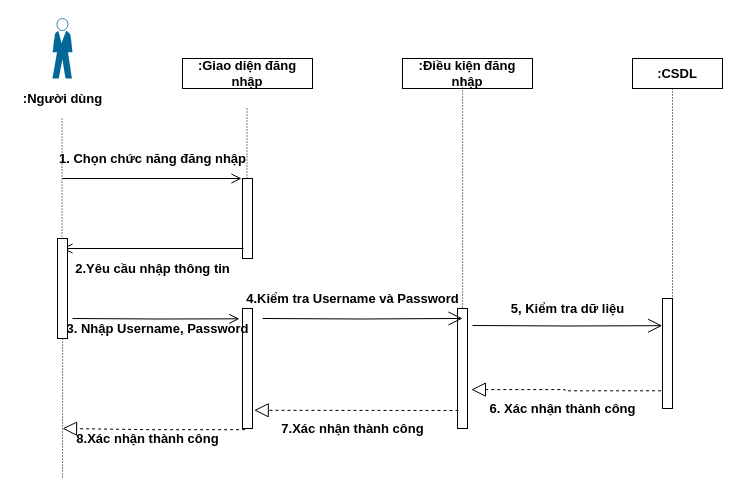
Before: page "tuần tự đăng nhập" (4 of 4) of Untitled Diagram.drawio in pophuong2610/hello, a draw.io diagram. Source tidied: cells renumbered, new cells numbered last; positions are measured from the earlier drawing's top-left corner, leaving out a move shared by most shapes. Both pictures are drawn from the tidied source at 100%, with x=0, y=0 at pixel (17, 18).
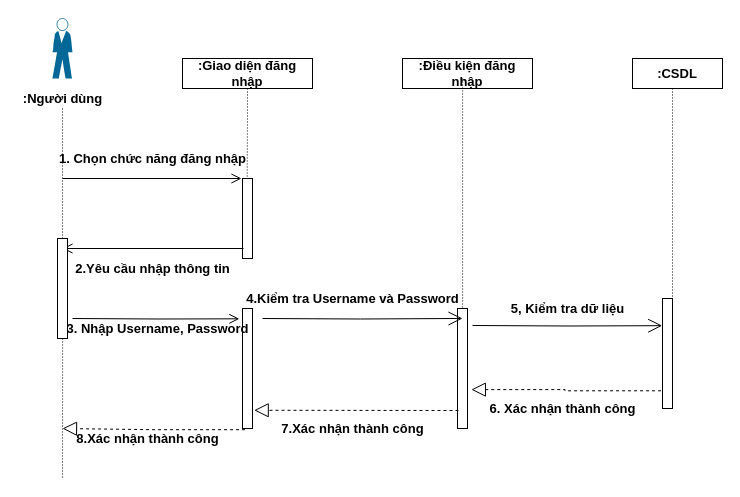
The same page after the edit.

The change refers to these unchanged cells:
```xml
<mxCell id="3" value=":Người dùng" style="text;html=1;align=center;verticalAlign=middle;points=[];strokeColor=none;fontSize=13;fontStyle=1;" parent="1" vertex="1">
  <mxGeometry y="70" width="90" height="20" as="geometry" />
</mxCell>
<mxCell id="4" value=":Giao diện đăng nhập" style="whiteSpace=wrap;html=1;fontSize=13;fontStyle=1;" parent="1" vertex="1">
  <mxGeometry x="165" y="40" width="130" height="30" as="geometry" />
</mxCell>
<mxCell id="14" style="html=1;points=[];perimeter=orthogonalPerimeter;fontSize=13;fontStyle=1;" parent="1" vertex="1">
  <mxGeometry x="40" y="220" width="10" height="100" as="geometry" />
</mxCell>
```

Diff of the diagram source:
```diff
@@
-    <mxCell id="7" style="endArrow=none;html=1;rounded=0;dashed=1;dashPattern=1 2;edgeStyle=orthogonalEdgeStyle;fontStyle=1;fontSize=13;" parent="1" edge="1" target="14">
-      <mxGeometry relative="1" as="geometry">
-        <mxPoint x="44.5" y="100" as="sourcePoint" />
-        <Array as="points">
-          <mxPoint x="44.5" y="160" />
-          <mxPoint x="44.5" y="160" />
-        </Array>
-      </mxGeometry>
+    <mxCell id="7" style="endArrow=none;html=1;rounded=0;dashed=1;dashPattern=1 2;edgeStyle=orthogonalEdgeStyle;fontStyle=1;fontSize=13;" parent="1" edge="1" source="3" target="14">
+      <mxGeometry relative="1" as="geometry" />
     </mxCell>
-    <mxCell id="8" style="endArrow=none;html=1;rounded=0;dashed=1;dashPattern=1 2;edgeStyle=orthogonalEdgeStyle;fontStyle=1;fontSize=13;" parent="1" edge="1">
+    <mxCell id="8" style="endArrow=none;html=1;rounded=0;dashed=1;dashPattern=1 2;edgeStyle=orthogonalEdgeStyle;fontStyle=1;fontSize=13;exitX=0.5;exitY=1;exitDx=0;exitDy=0;" parent="1" edge="1" source="4">
       <mxGeometry relative="1" as="geometry">
-        <mxPoint x="229.5" y="90" as="sourcePoint" />
         <mxPoint x="229.5" y="210" as="targetPoint" />
         <Array as="points">
-          <mxPoint x="229.5" y="90" />
+          <mxPoint x="230" y="90" />
         </Array>
       </mxGeometry>
     </mxCell>
```
